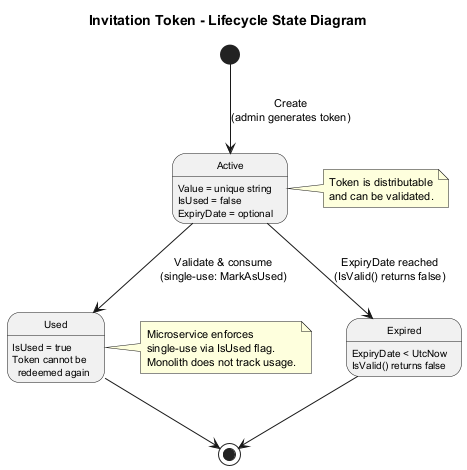
This is docs/detailed-designs/09-invitation-and-onboarding/state-token-lifecycle.png from QuinntyneBrown/Coop, a PlantUML export, as it was before one commit. Its diagram source:
```plantuml
@startuml state-token-lifecycle

skinparam defaultFontSize 11
skinparam shadowing false
skinparam stateAttributeFontSize 10

title Invitation Token - Lifecycle State Diagram

[*] --> Active : Create\n(admin generates token)

Active : Value = unique string
Active : IsUsed = false
Active : ExpiryDate = optional

Active --> Used : Validate & consume\n(single-use: MarkAsUsed)

Active --> Expired : ExpiryDate reached\n(IsValid() returns false)

Used : IsUsed = true
Used : Token cannot be\n  redeemed again

Expired : ExpiryDate < UtcNow
Expired : IsValid() returns false

Used --> [*]
Expired --> [*]

note right of Active
  Token is distributable
  and can be validated.
end note

note right of Used
  Microservice enforces
  single-use via IsUsed flag.
  Monolith does not track usage.
end note

@enduml
```
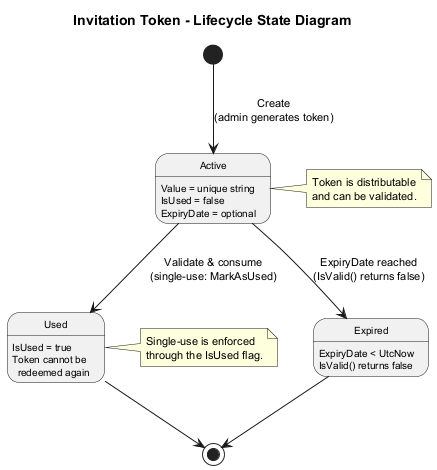
Above is the later version.

What changed in the source:
```diff
@@ -31,9 +31,8 @@
 end note
 
 note right of Used
-  Microservice enforces
-  single-use via IsUsed flag.
-  Monolith does not track usage.
+  Single-use is enforced
+  through the IsUsed flag.
 end note
 
 @enduml
```
